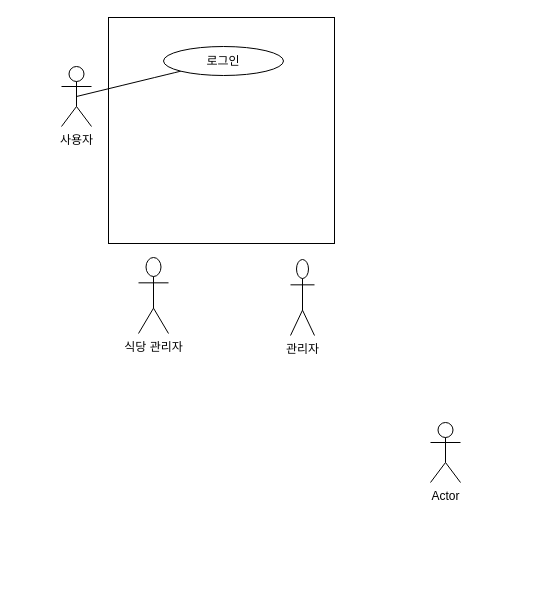
The draw.io diagram Student-cafeteria.drawio in four-idiots-team/student-cafteria-ticket-vending, before the edit. Source tidied: cells renumbered, new cells numbered last; positions are measured from the earlier drawing's top-left corner, leaving out a move shared by most shapes. Both pictures are drawn from the tidied source at 100%, with x=0, y=0 at pixel (61, 17).
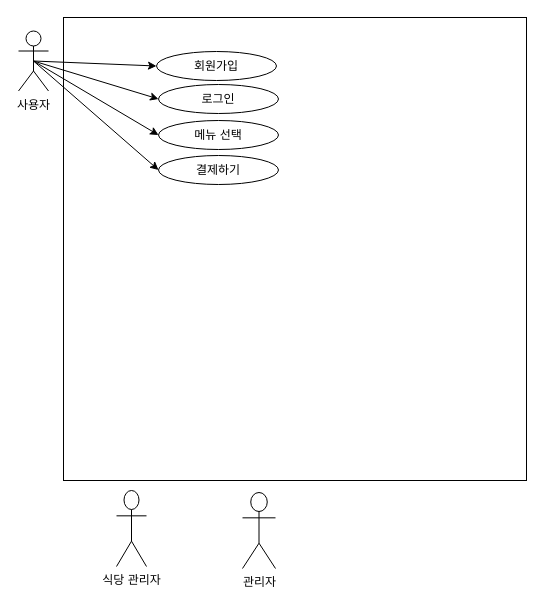
Above is the later version.

What changed in the source:
```diff
@@
 <mxGraphModel>
   <root>
     <mxCell id="0" />
     <mxCell id="1" parent="0" />
     <mxCell id="2" value="사용자" style="shape=umlActor;verticalLabelPosition=bottom;verticalAlign=top;html=1;outlineConnect=0;" parent="1" vertex="1">
-      <mxGeometry y="49" width="30" height="60" as="geometry" />
+      <mxGeometry x="-43" y="13.5" width="30" height="60" as="geometry" />
     </mxCell>
-    <mxCell id="3" value="식당 관리자" style="shape=umlActor;verticalLabelPosition=bottom;verticalAlign=top;html=1;outlineConnect=0;" parent="1" vertex="1">
-      <mxGeometry x="77" y="240" width="30" height="76" as="geometry" />
-    </mxCell>
-    <mxCell id="4" value="Actor" style="shape=umlActor;verticalLabelPosition=bottom;verticalAlign=top;html=1;" parent="1" vertex="1">
-      <mxGeometry x="369" y="405" width="30" height="60" as="geometry" />
-    </mxCell>
-    <mxCell id="5" value="관리자" style="shape=umlActor;verticalLabelPosition=bottom;verticalAlign=top;html=1;" parent="1" vertex="1">
-      <mxGeometry x="229" y="242" width="24" height="76" as="geometry" />
-    </mxCell>
     <mxCell id="6" style="whiteSpace=wrap;html=1;" parent="1" vertex="1">
-      <mxGeometry x="47" width="226" height="226" as="geometry" />
+      <mxGeometry x="2" width="463" height="463" as="geometry" />
     </mxCell>
-    <mxCell id="7" style="endArrow=none;html=1;rounded=0;fontSize=12;startSize=8;endSize=8;curved=1;entryX=0.5;entryY=0.5;entryDx=0;entryDy=0;entryPerimeter=0;" parent="1" edge="1" source="8" target="2">
-      <mxGeometry relative="1" as="geometry" />
-    </mxCell>
     <mxCell id="8" value="로그인" style="ellipse;whiteSpace=wrap;html=1;" parent="1" vertex="1">
-      <mxGeometry x="102" y="29" width="120" height="29" as="geometry" />
+      <mxGeometry x="97" y="67" width="120" height="29" as="geometry" />
     </mxCell>
     <mxCell id="9" style="edgeStyle=none;curved=1;rounded=0;orthogonalLoop=1;jettySize=auto;html=1;entryX=1;entryY=1;entryDx=0;entryDy=0;entryPerimeter=0;fontSize=12;startSize=8;endSize=8;" parent="1" edge="1" source="3" target="3">
       <mxGeometry relative="1" as="geometry" />
     </mxCell>
+    <mxCell id="3" value="식당 관리자" style="shape=umlActor;verticalLabelPosition=bottom;verticalAlign=top;html=1;outlineConnect=0;" parent="1" vertex="1">
+      <mxGeometry x="55" y="473" width="30" height="76" as="geometry" />
+    </mxCell>
+    <mxCell id="5" value="관리자" style="shape=umlActor;verticalLabelPosition=bottom;verticalAlign=top;html=1;" parent="1" vertex="1">
+      <mxGeometry x="181" y="475" width="33" height="76" as="geometry" />
+    </mxCell>
+    <mxCell id="10" value="메뉴 선택" style="ellipse;whiteSpace=wrap;html=1;" parent="1" vertex="1">
+      <mxGeometry x="97" y="103" width="120" height="29" as="geometry" />
+    </mxCell>
+    <mxCell id="11" value="결제하기" style="ellipse;whiteSpace=wrap;html=1;" parent="1" vertex="1">
+      <mxGeometry x="97" y="138" width="120" height="29" as="geometry" />
+    </mxCell>
+    <mxCell id="12" value="회원가입" style="ellipse;whiteSpace=wrap;html=1;" parent="1" vertex="1">
+      <mxGeometry x="95" y="34" width="120" height="29" as="geometry" />
+    </mxCell>
+    <mxCell id="13" style="endArrow=classic;html=1;rounded=0;exitX=0.5;exitY=0.5;exitDx=0;exitDy=0;exitPerimeter=0;entryX=0;entryY=0.5;entryDx=0;entryDy=0;" parent="1" edge="1" source="2" target="8">
+      <mxGeometry relative="1" as="geometry" />
+    </mxCell>
+    <mxCell id="14" style="endArrow=classic;html=1;rounded=0;exitX=0.5;exitY=0.5;exitDx=0;exitDy=0;exitPerimeter=0;entryX=0;entryY=0.5;entryDx=0;entryDy=0;" parent="1" edge="1" source="2" target="10">
+      <mxGeometry relative="1" as="geometry" />
+    </mxCell>
+    <mxCell id="15" style="endArrow=classic;html=1;rounded=0;exitX=0.5;exitY=0.5;exitDx=0;exitDy=0;exitPerimeter=0;entryX=0;entryY=0.5;entryDx=0;entryDy=0;" parent="1" edge="1" source="2" target="11">
+      <mxGeometry relative="1" as="geometry" />
+    </mxCell>
+    <mxCell id="16" style="endArrow=classic;html=1;rounded=0;exitX=0.5;exitY=0.5;exitDx=0;exitDy=0;exitPerimeter=0;entryX=0;entryY=0.5;entryDx=0;entryDy=0;" parent="1" edge="1" source="2" target="12">
+      <mxGeometry relative="1" as="geometry" />
+    </mxCell>
   </root>
 </mxGraphModel>
```
